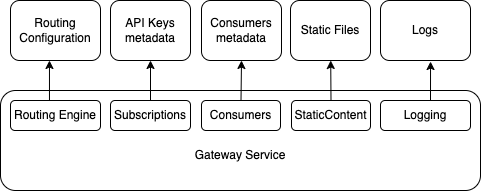
The draw.io diagram Docs/Img/dependencies.png in PKPublicCode/SecuredApi, before a commit. Source tidied: cells renumbered, new cells last; positions are measured from the earlier drawing's top-left corner, leaving out a move shared by most shapes.
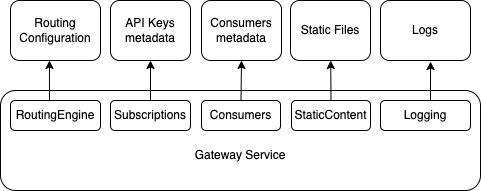
After the commit.

The edit, as a diff of the source:
```diff
@@ -37,7 +37,7 @@
         <mxPoint x="430" y="100" as="sourcePoint" />
       </mxGeometry>
     </mxCell>
-    <mxCell id="13" value="Routing Engine" style="rounded=1;whiteSpace=wrap;html=1;" parent="1" vertex="1">
+    <mxCell id="13" value="RoutingEngine" style="rounded=1;whiteSpace=wrap;html=1;" parent="1" vertex="1">
       <mxGeometry x="10" y="100" width="90" height="30" as="geometry" />
     </mxCell>
     <mxCell id="14" value="Subscriptions" style="rounded=1;whiteSpace=wrap;html=1;" parent="1" vertex="1">
```
